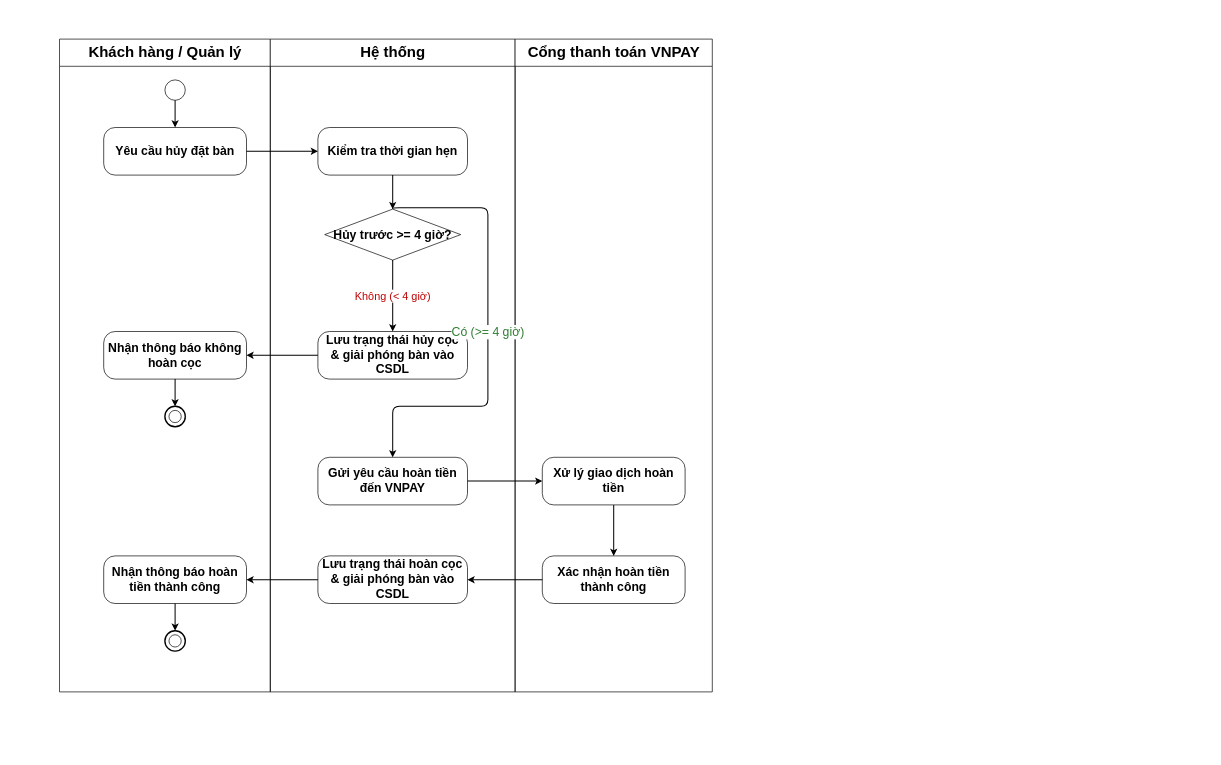
AndrewQng/VinDining keeps this draw.io diagram as docs/phase1/drawio/ad05_cancellation_refund.drawio. Above is the earlier version. Source tidied: cells renumbered, new cells numbered last; positions are measured from the earlier drawing's top-left corner, leaving out a move shared by most shapes. Both pictures are drawn from the tidied source at 68%, with x=0, y=0 at pixel (59, 39).
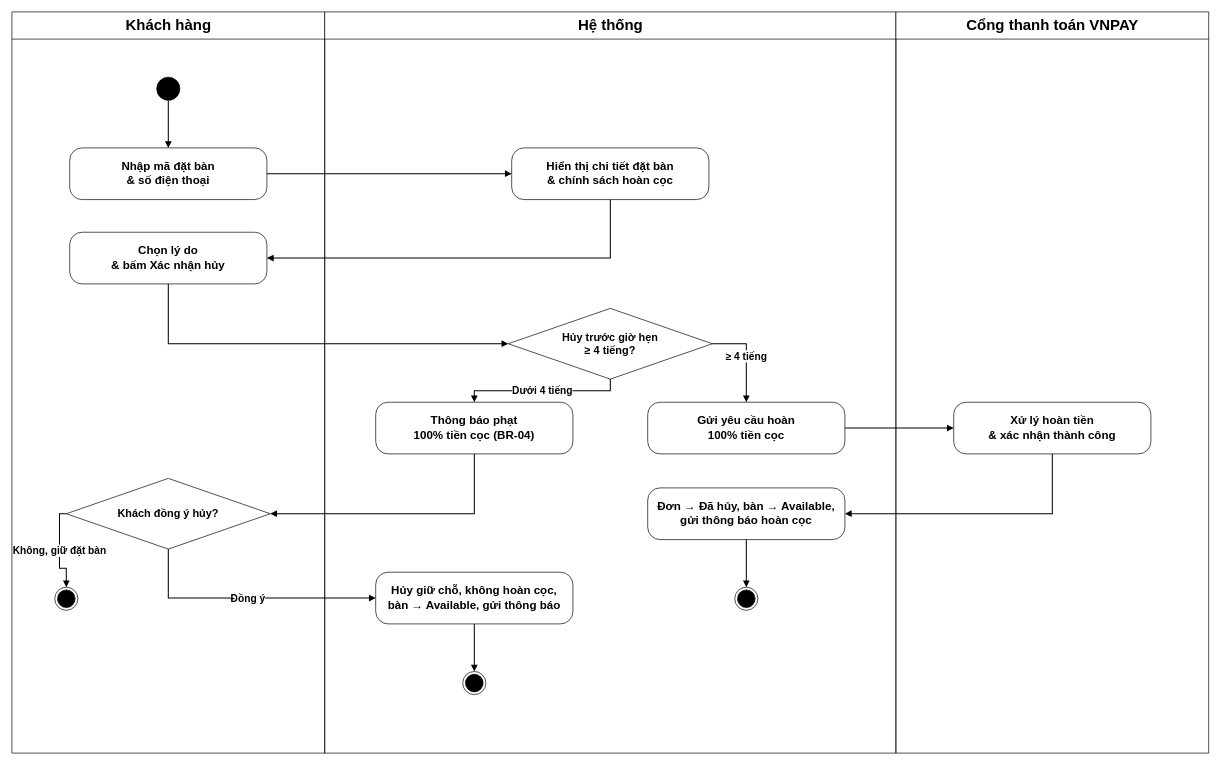
The same page after the edit.

What changed in the source:
```diff
@@
-    <mxCell id="2" value="Khách hàng / Quản lý" style="swimlane;html=1;startSize=40;horizontal=1;fontStyle=1;fontSize=22;align=center;verticalAlign=middle;swimlaneLine=1;" parent="1" vertex="1">
-      <mxGeometry width="310" height="960" as="geometry" />
-    </mxCell>
-    <mxCell id="3" style="ellipse;whiteSpace=wrap;html=1;fontSize=18;" parent="2" vertex="1">
-      <mxGeometry x="155" y="60" width="30" height="30" as="geometry" />
-    </mxCell>
-    <mxCell id="4" value="Yêu cầu hủy đặt bàn" style="rounded=1;arcSize=24;whiteSpace=wrap;html=1;fontStyle=1;fontSize=18;align=center;verticalAlign=middle;" parent="2" vertex="1">
-      <mxGeometry x="65" y="130" width="210" height="70" as="geometry" />
-    </mxCell>
-    <mxCell id="5" value="Nhận thông báo không hoàn cọc" style="rounded=1;arcSize=24;whiteSpace=wrap;html=1;fontStyle=1;fontSize=18;align=center;verticalAlign=middle;" parent="2" vertex="1">
-      <mxGeometry x="65" y="430" width="210" height="70" as="geometry" />
-    </mxCell>
-    <mxCell id="6" style="ellipse;whiteSpace=wrap;html=1;strokeWidth=2;fontSize=18;" parent="2" vertex="1">
-      <mxGeometry x="155" y="540" width="30" height="30" as="geometry" />
-    </mxCell>
-    <mxCell id="7" style="ellipse;whiteSpace=wrap;html=1;fontSize=18;" parent="2" vertex="1">
-      <mxGeometry x="161" y="546" width="18" height="18" as="geometry" />
-    </mxCell>
-    <mxCell id="8" value="Nhận thông báo hoàn tiền thành công" style="rounded=1;arcSize=24;whiteSpace=wrap;html=1;fontStyle=1;fontSize=18;align=center;verticalAlign=middle;" parent="2" vertex="1">
-      <mxGeometry x="65" y="760" width="210" height="70" as="geometry" />
-    </mxCell>
-    <mxCell id="9" style="ellipse;whiteSpace=wrap;html=1;strokeWidth=2;fontSize=18;" parent="2" vertex="1">
-      <mxGeometry x="155" y="870" width="30" height="30" as="geometry" />
-    </mxCell>
-    <mxCell id="10" style="ellipse;whiteSpace=wrap;html=1;fontSize=18;" parent="2" vertex="1">
-      <mxGeometry x="161" y="876" width="18" height="18" as="geometry" />
-    </mxCell>
-    <mxCell id="11" style="edgeStyle=orthogonalEdgeStyle;rounded=0;strokeWidth=1.5;html=1;fontSize=16;" parent="2" edge="1" source="5" target="6">
-      <mxGeometry relative="1" as="geometry" />
-    </mxCell>
-    <mxCell id="12" style="edgeStyle=orthogonalEdgeStyle;rounded=0;strokeWidth=1.5;html=1;fontSize=16;" parent="2" edge="1" source="8" target="9">
-      <mxGeometry relative="1" as="geometry" />
-    </mxCell>
+    <mxCell id="32" value="Khách hàng" style="swimlane;html=1;startSize=40;horizontal=1;fontStyle=1;fontSize=22;align=center;verticalAlign=middle;swimlaneLine=1;" parent="1" vertex="1">
+      <mxGeometry x="-70" y="-40" width="460" height="1090" as="geometry" />
+    </mxCell>
     <mxCell id="13" value="Hệ thống" style="swimlane;html=1;startSize=40;horizontal=1;fontStyle=1;fontSize=22;align=center;verticalAlign=middle;swimlaneLine=1;" parent="1" vertex="1">
-      <mxGeometry x="310" width="360" height="960" as="geometry" />
+      <mxGeometry x="390" y="-40" width="840" height="1090" as="geometry" />
     </mxCell>
-    <mxCell id="14" value="Kiểm tra thời gian hẹn" style="rounded=1;arcSize=24;whiteSpace=wrap;html=1;fontStyle=1;fontSize=18;align=center;verticalAlign=middle;" parent="13" vertex="1">
-      <mxGeometry x="70" y="130" width="220" height="70" as="geometry" />
-    </mxCell>
-    <mxCell id="15" value="Hủy trước &amp;gt;= 4 giờ?" style="rhombus;whiteSpace=wrap;html=1;fontStyle=1;fontSize=18;align=center;verticalAlign=middle;" parent="13" vertex="1">
-      <mxGeometry x="80" y="250" width="200" height="75" as="geometry" />
-    </mxCell>
-    <mxCell id="16" value="Lưu trạng thái hủy cọc&#10;&amp;amp; giải phóng bàn vào CSDL" style="rounded=1;arcSize=24;whiteSpace=wrap;html=1;fontStyle=1;fontSize=18;align=center;verticalAlign=middle;" parent="13" vertex="1">
-      <mxGeometry x="70" y="430" width="220" height="70" as="geometry" />
-    </mxCell>
-    <mxCell id="17" value="Gửi yêu cầu hoàn tiền đến VNPAY" style="rounded=1;arcSize=24;whiteSpace=wrap;html=1;fontStyle=1;fontSize=18;align=center;verticalAlign=middle;" parent="13" vertex="1">
-      <mxGeometry x="70" y="615" width="220" height="70" as="geometry" />
-    </mxCell>
-    <mxCell id="18" value="Lưu trạng thái hoàn cọc&#10;&amp;amp; giải phóng bàn vào CSDL" style="rounded=1;arcSize=24;whiteSpace=wrap;html=1;fontStyle=1;fontSize=18;align=center;verticalAlign=middle;" parent="13" vertex="1">
-      <mxGeometry x="70" y="760" width="220" height="70" as="geometry" />
-    </mxCell>
-    <mxCell id="19" style="edgeStyle=orthogonalEdgeStyle;rounded=0;strokeWidth=1.5;html=1;fontSize=16;" parent="1" edge="1" source="16" target="5">
-      <mxGeometry relative="1" as="geometry" />
-    </mxCell>
     <mxCell id="20" value="Cổng thanh toán VNPAY" style="swimlane;html=1;startSize=40;horizontal=1;fontStyle=1;fontSize=22;align=center;verticalAlign=middle;swimlaneLine=1;" parent="1" vertex="1">
-      <mxGeometry x="670" width="290" height="960" as="geometry" />
+      <mxGeometry x="1230" y="-40" width="460" height="1090" as="geometry" />
     </mxCell>
-    <mxCell id="21" value="Xử lý giao dịch hoàn tiền" style="rounded=1;arcSize=24;whiteSpace=wrap;html=1;fontStyle=1;fontSize=18;align=center;verticalAlign=middle;" parent="20" vertex="1">
-      <mxGeometry x="40" y="615" width="210" height="70" as="geometry" />
-    </mxCell>
-    <mxCell id="22" value="Xác nhận hoàn tiền thành công" style="rounded=1;arcSize=24;whiteSpace=wrap;html=1;fontStyle=1;fontSize=18;align=center;verticalAlign=middle;" parent="20" vertex="1">
-      <mxGeometry x="40" y="760" width="210" height="70" as="geometry" />
-    </mxCell>
-    <mxCell id="23" style="edgeStyle=orthogonalEdgeStyle;rounded=0;strokeWidth=1.5;html=1;fontSize=16;" parent="1" edge="1" source="17" target="21">
-      <mxGeometry relative="1" as="geometry" />
-    </mxCell>
-    <mxCell id="24" style="edgeStyle=orthogonalEdgeStyle;rounded=0;strokeWidth=1.5;html=1;fontSize=16;" parent="20" edge="1" source="21" target="22">
-      <mxGeometry relative="1" as="geometry" />
-    </mxCell>
-    <mxCell id="25" style="edgeStyle=orthogonalEdgeStyle;rounded=0;strokeWidth=1.5;html=1;fontSize=16;" parent="1" edge="1" source="3" target="4">
-      <mxGeometry relative="1" as="geometry" />
-    </mxCell>
-    <mxCell id="26" style="edgeStyle=orthogonalEdgeStyle;rounded=0;strokeWidth=1.5;html=1;fontSize=16;" parent="1" edge="1" source="4" target="14">
-      <mxGeometry relative="1" as="geometry" />
-    </mxCell>
-    <mxCell id="27" style="edgeStyle=orthogonalEdgeStyle;rounded=0;strokeWidth=1.5;html=1;fontSize=16;" parent="1" edge="1" source="14" target="15">
-      <mxGeometry relative="1" as="geometry" />
-    </mxCell>
-    <mxCell id="28" value="Không (&amp;lt; 4 giờ)" style="edgeStyle=orthogonalEdgeStyle;rounded=0;strokeWidth=1.5;html=1;fontColor=#c00000;fontSize=16;" parent="1" edge="1" source="15" target="16">
-      <mxGeometry relative="1" as="geometry" />
-    </mxCell>
-    <mxCell id="29" value="Có (&amp;gt;= 4 giờ)" style="edgeStyle=orthogonalEdgeStyle;rounded=1;strokeWidth=1.5;html=1;fontColor=#2e7d32;fontSize=18;" parent="1" edge="1" source="15" target="17">
-      <mxGeometry relative="1" as="geometry">
-        <Array as="points">
-          <mxPoint x="630" y="248" />
-          <mxPoint x="630" y="540" />
-          <mxPoint x="490" y="540" />
-        </Array>
-      </mxGeometry>
-    </mxCell>
-    <mxCell id="30" style="edgeStyle=orthogonalEdgeStyle;rounded=0;strokeWidth=1.5;html=1;fontSize=16;" parent="1" edge="1" source="22" target="18">
-      <mxGeometry relative="1" as="geometry" />
-    </mxCell>
-    <mxCell id="31" style="edgeStyle=orthogonalEdgeStyle;rounded=0;strokeWidth=1.5;html=1;fontSize=16;" parent="1" edge="1" source="18" target="8">
-      <mxGeometry relative="1" as="geometry" />
-    </mxCell>
+    <mxCell id="33" style="ellipse;whiteSpace=wrap;html=1;fillColor=#000000;strokeColor=#000000;" parent="1" vertex="1">
+      <mxGeometry x="143" y="56" width="34" height="34" as="geometry" />
+    </mxCell>
+    <mxCell id="34" value="Nhập mã đặt bàn&lt;br&gt;&amp; số điện thoại" style="rounded=1;arcSize=24;whiteSpace=wrap;html=1;fontStyle=1;fontSize=17;align=center;verticalAlign=middle;" parent="1" vertex="1">
+      <mxGeometry x="15" y="160" width="290" height="76" as="geometry" />
+    </mxCell>
+    <mxCell id="35" value="Hiển thị chi tiết đặt bàn&lt;br&gt;&amp; chính sách hoàn cọc" style="rounded=1;arcSize=24;whiteSpace=wrap;html=1;fontStyle=1;fontSize=17;align=center;verticalAlign=middle;" parent="1" vertex="1">
+      <mxGeometry x="665" y="160" width="290" height="76" as="geometry" />
+    </mxCell>
+    <mxCell id="36" value="Chọn lý do&lt;br&gt;&amp; bấm Xác nhận hủy" style="rounded=1;arcSize=24;whiteSpace=wrap;html=1;fontStyle=1;fontSize=17;align=center;verticalAlign=middle;" parent="1" vertex="1">
+      <mxGeometry x="15" y="284" width="290" height="76" as="geometry" />
+    </mxCell>
+    <mxCell id="37" value="Hủy trước giờ hẹn&lt;br&gt;≥ 4 tiếng?" style="rhombus;whiteSpace=wrap;html=1;fontStyle=1;fontSize=16;align=center;verticalAlign=middle;" parent="1" vertex="1">
+      <mxGeometry x="660" y="396" width="300" height="104" as="geometry" />
+    </mxCell>
+    <mxCell id="38" value="Gửi yêu cầu hoàn&lt;br&gt;100% tiền cọc" style="rounded=1;arcSize=24;whiteSpace=wrap;html=1;fontStyle=1;fontSize=17;align=center;verticalAlign=middle;" parent="1" vertex="1">
+      <mxGeometry x="865" y="534" width="290" height="76" as="geometry" />
+    </mxCell>
+    <mxCell id="39" value="Xử lý hoàn tiền&lt;br&gt;&amp; xác nhận thành công" style="rounded=1;arcSize=24;whiteSpace=wrap;html=1;fontStyle=1;fontSize=17;align=center;verticalAlign=middle;" parent="1" vertex="1">
+      <mxGeometry x="1315" y="534" width="290" height="76" as="geometry" />
+    </mxCell>
+    <mxCell id="40" value="Đơn → Đã hủy, bàn → Available,&lt;br&gt;gửi thông báo hoàn cọc" style="rounded=1;arcSize=24;whiteSpace=wrap;html=1;fontStyle=1;fontSize=17;align=center;verticalAlign=middle;" parent="1" vertex="1">
+      <mxGeometry x="865" y="660" width="290" height="76" as="geometry" />
+    </mxCell>
+    <mxCell id="41" style="ellipse;html=1;shape=endState;fillColor=#000000;strokeColor=#000000;" parent="1" vertex="1">
+      <mxGeometry x="993" y="806" width="34" height="34" as="geometry" />
+    </mxCell>
+    <mxCell id="42" value="Thông báo phạt&lt;br&gt;100% tiền cọc (BR-04)" style="rounded=1;arcSize=24;whiteSpace=wrap;html=1;fontStyle=1;fontSize=17;align=center;verticalAlign=middle;" parent="1" vertex="1">
+      <mxGeometry x="465" y="534" width="290" height="76" as="geometry" />
+    </mxCell>
+    <mxCell id="43" value="Khách đồng ý hủy?" style="rhombus;whiteSpace=wrap;html=1;fontStyle=1;fontSize=16;align=center;verticalAlign=middle;" parent="1" vertex="1">
+      <mxGeometry x="10" y="646" width="300" height="104" as="geometry" />
+    </mxCell>
+    <mxCell id="44" style="ellipse;html=1;shape=endState;fillColor=#000000;strokeColor=#000000;" parent="1" vertex="1">
+      <mxGeometry x="-7" y="806" width="34" height="34" as="geometry" />
+    </mxCell>
+    <mxCell id="45" value="Hủy giữ chỗ, không hoàn cọc,&lt;br&gt;bàn → Available, gửi thông báo" style="rounded=1;arcSize=24;whiteSpace=wrap;html=1;fontStyle=1;fontSize=17;align=center;verticalAlign=middle;" parent="1" vertex="1">
+      <mxGeometry x="465" y="784" width="290" height="76" as="geometry" />
+    </mxCell>
+    <mxCell id="46" style="ellipse;html=1;shape=endState;fillColor=#000000;strokeColor=#000000;" parent="1" vertex="1">
+      <mxGeometry x="593" y="930" width="34" height="34" as="geometry" />
+    </mxCell>
+    <mxCell id="47" style="edgeStyle=orthogonalEdgeStyle;rounded=0;strokeWidth=1.5;html=1;fontSize=15;fontStyle=1;exitX=0.5;exitY=1;exitDx=0;exitDy=0;entryX=0.5;entryY=0;entryDx=0;entryDy=0;endArrow=block;endFill=1;" parent="1" edge="1" source="33" target="34">
+      <mxGeometry relative="1" as="geometry" />
+    </mxCell>
+    <mxCell id="48" style="edgeStyle=orthogonalEdgeStyle;rounded=0;strokeWidth=1.5;html=1;fontSize=15;fontStyle=1;exitX=1;exitY=0.5;exitDx=0;exitDy=0;entryX=0;entryY=0.5;entryDx=0;entryDy=0;endArrow=block;endFill=1;" parent="1" edge="1" source="34" target="35">
+      <mxGeometry relative="1" as="geometry" />
+    </mxCell>
+    <mxCell id="49" style="edgeStyle=orthogonalEdgeStyle;rounded=0;strokeWidth=1.5;html=1;fontSize=15;fontStyle=1;exitX=0.5;exitY=1;exitDx=0;exitDy=0;entryX=1;entryY=0.5;entryDx=0;entryDy=0;endArrow=block;endFill=1;" parent="1" edge="1" source="35" target="36">
+      <mxGeometry relative="1" as="geometry" />
+    </mxCell>
+    <mxCell id="50" style="edgeStyle=orthogonalEdgeStyle;rounded=0;strokeWidth=1.5;html=1;fontSize=15;fontStyle=1;exitX=0.5;exitY=1;exitDx=0;exitDy=0;entryX=0;entryY=0.5;entryDx=0;entryDy=0;endArrow=block;endFill=1;" parent="1" edge="1" source="36" target="37">
+      <mxGeometry relative="1" as="geometry" />
+    </mxCell>
+    <mxCell id="51" value="≥ 4 tiếng" style="edgeStyle=orthogonalEdgeStyle;rounded=0;strokeWidth=1.5;html=1;fontSize=15;fontStyle=1;exitX=1;exitY=0.5;exitDx=0;exitDy=0;entryX=0.5;entryY=0;entryDx=0;entryDy=0;endArrow=block;endFill=1;" parent="1" edge="1" source="37" target="38">
+      <mxGeometry relative="1" as="geometry" />
+    </mxCell>
+    <mxCell id="52" style="edgeStyle=orthogonalEdgeStyle;rounded=0;strokeWidth=1.5;html=1;fontSize=15;fontStyle=1;exitX=1;exitY=0.5;exitDx=0;exitDy=0;entryX=0;entryY=0.5;entryDx=0;entryDy=0;endArrow=block;endFill=1;" parent="1" edge="1" source="38" target="39">
+      <mxGeometry relative="1" as="geometry" />
+    </mxCell>
+    <mxCell id="53" style="edgeStyle=orthogonalEdgeStyle;rounded=0;strokeWidth=1.5;html=1;fontSize=15;fontStyle=1;exitX=0.5;exitY=1;exitDx=0;exitDy=0;entryX=1;entryY=0.5;entryDx=0;entryDy=0;endArrow=block;endFill=1;" parent="1" edge="1" source="39" target="40">
+      <mxGeometry relative="1" as="geometry" />
+    </mxCell>
+    <mxCell id="54" style="edgeStyle=orthogonalEdgeStyle;rounded=0;strokeWidth=1.5;html=1;fontSize=15;fontStyle=1;exitX=0.5;exitY=1;exitDx=0;exitDy=0;entryX=0.5;entryY=0;entryDx=0;entryDy=0;endArrow=block;endFill=1;" parent="1" edge="1" source="40" target="41">
+      <mxGeometry relative="1" as="geometry" />
+    </mxCell>
+    <mxCell id="55" value="Dưới 4 tiếng" style="edgeStyle=orthogonalEdgeStyle;rounded=0;strokeWidth=1.5;html=1;fontSize=15;fontStyle=1;exitX=0.5;exitY=1;exitDx=0;exitDy=0;entryX=0.5;entryY=0;entryDx=0;entryDy=0;endArrow=block;endFill=1;" parent="1" edge="1" source="37" target="42">
+      <mxGeometry relative="1" as="geometry" />
+    </mxCell>
+    <mxCell id="56" style="edgeStyle=orthogonalEdgeStyle;rounded=0;strokeWidth=1.5;html=1;fontSize=15;fontStyle=1;exitX=0.5;exitY=1;exitDx=0;exitDy=0;entryX=1;entryY=0.5;entryDx=0;entryDy=0;endArrow=block;endFill=1;" parent="1" edge="1" source="42" target="43">
+      <mxGeometry relative="1" as="geometry" />
+    </mxCell>
+    <mxCell id="57" value="Đồng ý" style="edgeStyle=orthogonalEdgeStyle;rounded=0;strokeWidth=1.5;html=1;fontSize=15;fontStyle=1;exitX=0.5;exitY=1;exitDx=0;exitDy=0;entryX=0;entryY=0.5;entryDx=0;entryDy=0;endArrow=block;endFill=1;" parent="1" edge="1" source="43" target="45">
+      <mxGeometry relative="1" as="geometry" />
+    </mxCell>
+    <mxCell id="58" style="edgeStyle=orthogonalEdgeStyle;rounded=0;strokeWidth=1.5;html=1;fontSize=15;fontStyle=1;exitX=0.5;exitY=1;exitDx=0;exitDy=0;entryX=0.5;entryY=0;entryDx=0;entryDy=0;endArrow=block;endFill=1;" parent="1" edge="1" source="45" target="46">
+      <mxGeometry relative="1" as="geometry" />
+    </mxCell>
+    <mxCell id="59" value="Không, giữ đặt bàn" style="edgeStyle=orthogonalEdgeStyle;rounded=0;strokeWidth=1.5;html=1;fontSize=15;fontStyle=1;exitX=0;exitY=0.5;exitDx=0;exitDy=0;entryX=0.5;entryY=0;entryDx=0;entryDy=0;endArrow=block;endFill=1;" parent="1" edge="1" source="43" target="44">
+      <mxGeometry relative="1" as="geometry" />
+    </mxCell>
```
